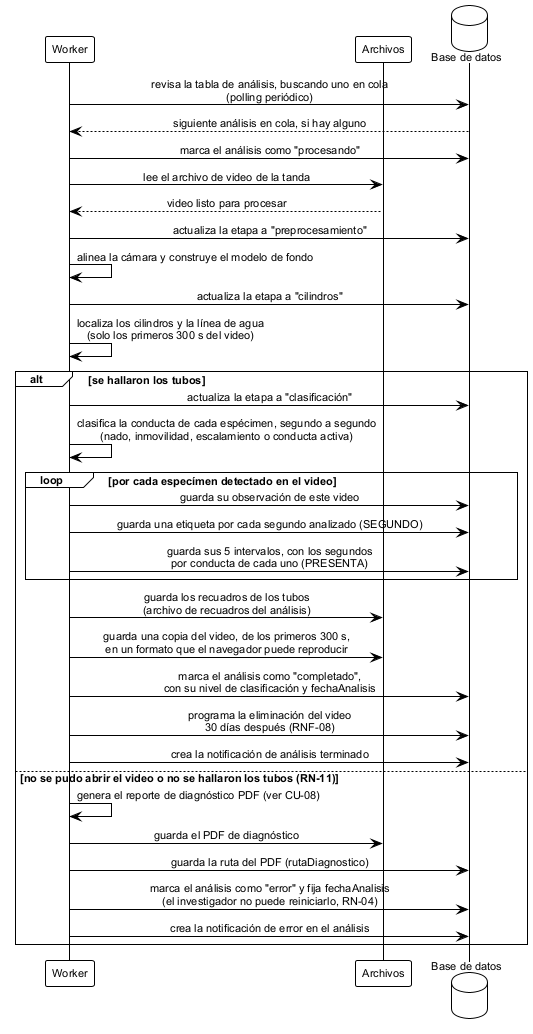
The PlantUML diagram figures/mermaid/seq_analisis_automatico.png in ErickJester/fst-ai-system-latex, before a commit.
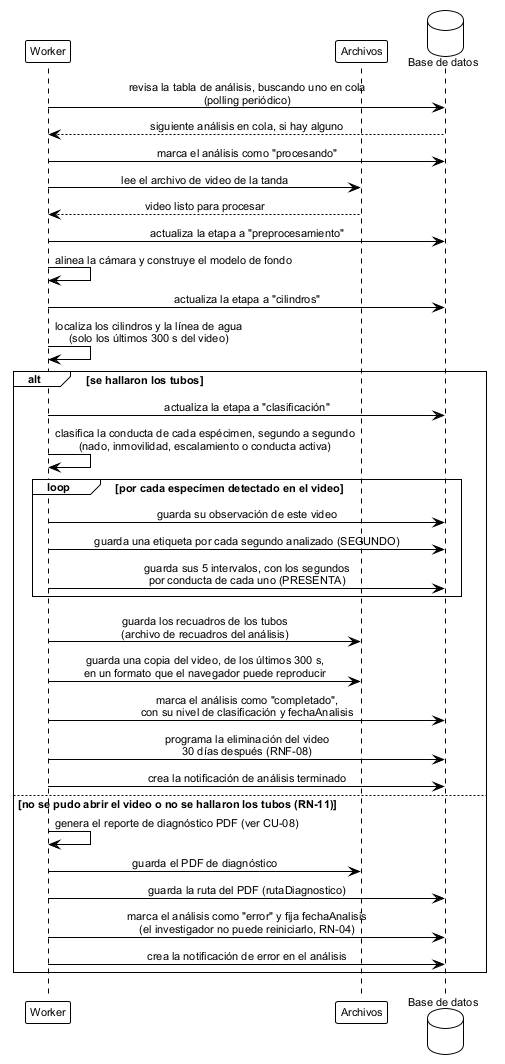
Later version of the same file.

Diff of the diagram source:
```diff
@@ -22,7 +22,7 @@
 w -> w: alinea la cámara y construye el modelo de fondo
 
 w -> db: actualiza la etapa a "cilindros"
-w -> w: localiza los cilindros y la línea de agua\n(solo los primeros 300 s del video)
+w -> w: localiza los cilindros y la línea de agua\n(solo los últimos 300 s del video)
 
 alt se hallaron los tubos
   w -> db: actualiza la etapa a "clasificación"
@@ -35,7 +35,7 @@
   end
 
   w -> fs: guarda los recuadros de los tubos\n(archivo de recuadros del análisis)
-  w -> fs: guarda una copia del video, de los primeros 300 s,\nen un formato que el navegador puede reproducir
+  w -> fs: guarda una copia del video, de los últimos 300 s,\nen un formato que el navegador puede reproducir
 
   w -> db: marca el análisis como "completado",\ncon su nivel de clasificación y fechaAnalisis
   w -> db: programa la eliminación del video\n30 días después (RNF-08)
```
